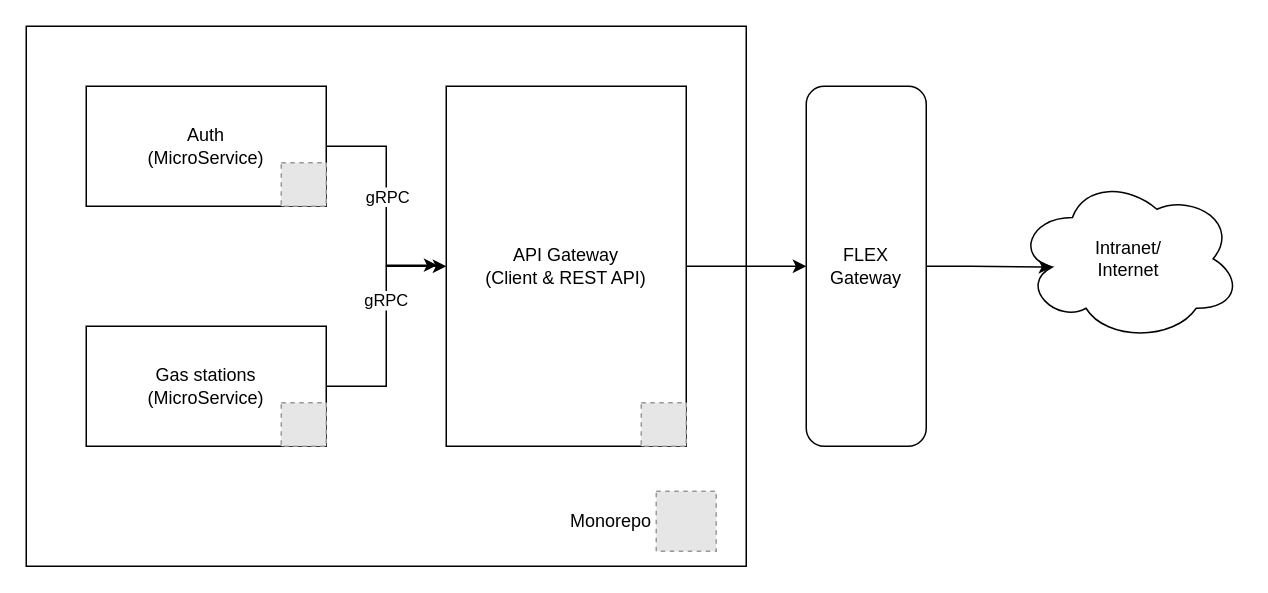
scrodrig/Diagrams keeps this draw.io diagram as drawio/mams/dd-twins/grpc.drawio. Above is the earlier version. Source tidied: cells renumbered, new cells numbered last; positions are measured from the earlier drawing's top-left corner, leaving out a move shared by most shapes. Both pictures are drawn from the tidied source at 150%, with x=0, y=0 at pixel (26, 26). Pictures stored in the file or linked from it are replaced by grey dashed boxes.
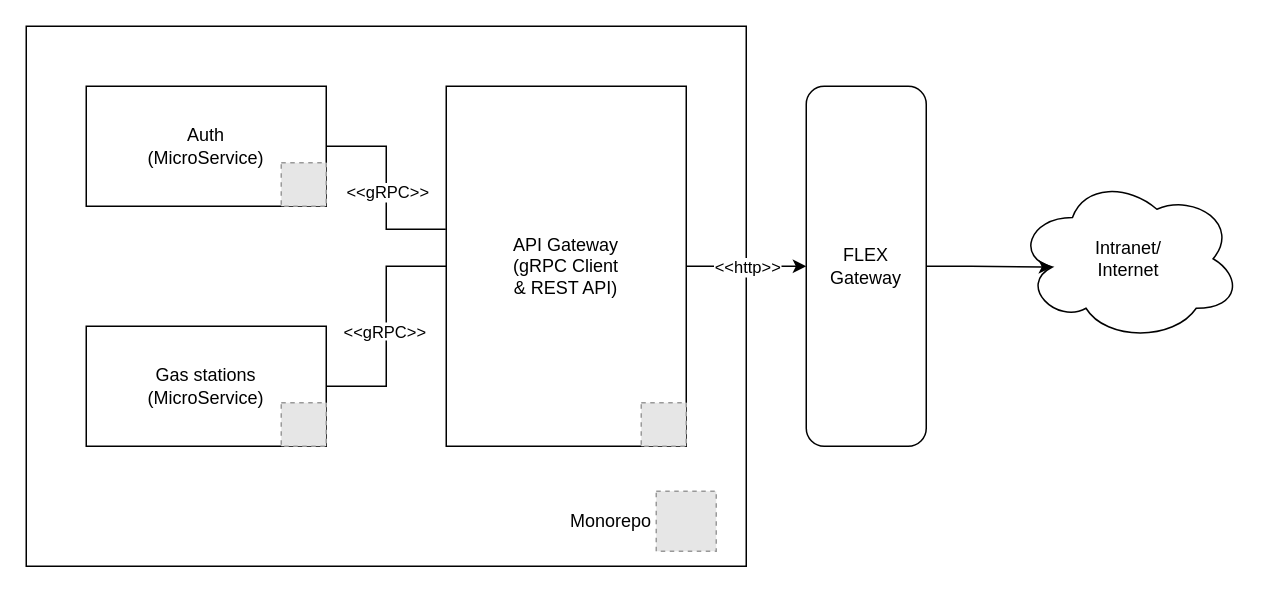
The same diagram, later.

Unchanged cells that the change refers to:
```xml
<mxCell id="3" value="Auth&lt;div&gt;(MicroService)&lt;/div&gt;" style="rounded=0;whiteSpace=wrap;html=1;" parent="1" vertex="1">
  <mxGeometry x="40" y="40" width="160" height="80" as="geometry" />
</mxCell>
<mxCell id="6" value="Gas stations&lt;div&gt;(&lt;span style=&quot;background-color: initial;&quot;&gt;MicroService&lt;/span&gt;&lt;span style=&quot;background-color: initial;&quot;&gt;)&lt;/span&gt;&lt;/div&gt;" style="rounded=0;whiteSpace=wrap;html=1;" parent="1" vertex="1">
  <mxGeometry x="40" y="200" width="160" height="80" as="geometry" />
</mxCell>
<mxCell id="7" style="edgeStyle=orthogonalEdgeStyle;rounded=0;jettySize=auto;html=1;" parent="1" edge="1" source="8" target="12">
  <mxGeometry relative="1" as="geometry" />
</mxCell>
```

What changed in the source:
```diff
@@
-    <mxCell id="4" style="edgeStyle=orthogonalEdgeStyle;rounded=0;jettySize=auto;html=1;entryX=0;entryY=0.5;entryDx=0;entryDy=0;" parent="1" edge="1" source="6" target="8">
+    <mxCell id="4" style="edgeStyle=orthogonalEdgeStyle;rounded=0;jettySize=auto;html=1;entryX=0;entryY=0.5;entryDx=0;entryDy=0;endArrow=none;endFill=0;" parent="1" edge="1" source="6" target="8">
       <mxGeometry relative="1" as="geometry" />
     </mxCell>
-    <mxCell id="5" value="gRPC" style="edgeLabel;html=1;align=center;verticalAlign=middle;" parent="4" vertex="1">
-      <mxGeometry x="0.23" y="1" relative="1" as="geometry" />
-    </mxCell>
@@
+    <mxCell id="19" value="&amp;lt;&amp;lt;http&amp;gt;&amp;gt;" style="edgeLabel;html=1;align=center;verticalAlign=middle;" parent="7" vertex="1">
+      <mxGeometry x="0.2" y="-1" relative="1" as="geometry">
+        <mxPoint x="-8" y="-1" as="offset" />
+      </mxGeometry>
+    </mxCell>
-    <mxCell id="8" value="API Gateway&lt;div&gt;(Client &amp;amp; REST API)&lt;/div&gt;" style="rounded=0;whiteSpace=wrap;html=1;" parent="1" vertex="1">
+    <mxCell id="8" value="API Gateway&lt;div&gt;(gRPC Client &lt;br&gt;&amp;amp; REST API)&lt;/div&gt;" style="rounded=0;whiteSpace=wrap;html=1;" parent="1" vertex="1">
       <mxGeometry x="280" y="40" width="160" height="240" as="geometry" />
     </mxCell>
-    <mxCell id="9" style="edgeStyle=orthogonalEdgeStyle;rounded=0;jettySize=auto;html=1;entryX=-0.037;entryY=0.497;entryDx=0;entryDy=0;entryPerimeter=0;" parent="1" edge="1" source="3" target="8">
-      <mxGeometry relative="1" as="geometry" />
-    </mxCell>
-    <mxCell id="10" value="gRPC" style="edgeLabel;html=1;align=center;verticalAlign=middle;" parent="9" vertex="1">
-      <mxGeometry x="-0.05" relative="1" as="geometry" />
-    </mxCell>
@@
+    <mxCell id="9" style="edgeStyle=orthogonalEdgeStyle;rounded=0;jettySize=auto;html=1;entryX=-0.002;entryY=0.397;entryDx=0;entryDy=0;entryPerimeter=0;endArrow=none;endFill=0;" parent="1" edge="1" source="3" target="8">
+      <mxGeometry relative="1" as="geometry" />
+    </mxCell>
+    <mxCell id="20" value="&amp;lt;&amp;lt;gRPC&amp;gt;&amp;gt;" style="edgeLabel;html=1;align=center;verticalAlign=middle;" parent="9" vertex="1">
+      <mxGeometry x="0.04" relative="1" as="geometry" />
+    </mxCell>
+    <mxCell id="21" value="&lt;span style=&quot;color: rgb(0, 0, 0); font-family: Helvetica; font-size: 11px; font-style: normal; font-variant-ligatures: normal; font-variant-caps: normal; font-weight: 400; letter-spacing: normal; orphans: 2; text-align: center; text-indent: 0px; text-transform: none; widows: 2; word-spacing: 0px; -webkit-text-stroke-width: 0px; white-space: nowrap; background-color: rgb(255, 255, 255); text-decoration-thickness: initial; text-decoration-style: initial; text-decoration-color: initial; display: inline !important; float: none;&quot;&gt;&amp;lt;&amp;lt;gRPC&amp;gt;&amp;gt;&lt;/span&gt;" style="text;whiteSpace=wrap;html=1;" parent="1" vertex="1">
+      <mxGeometry x="210" y="190" width="90" height="40" as="geometry" />
+    </mxCell>
```
